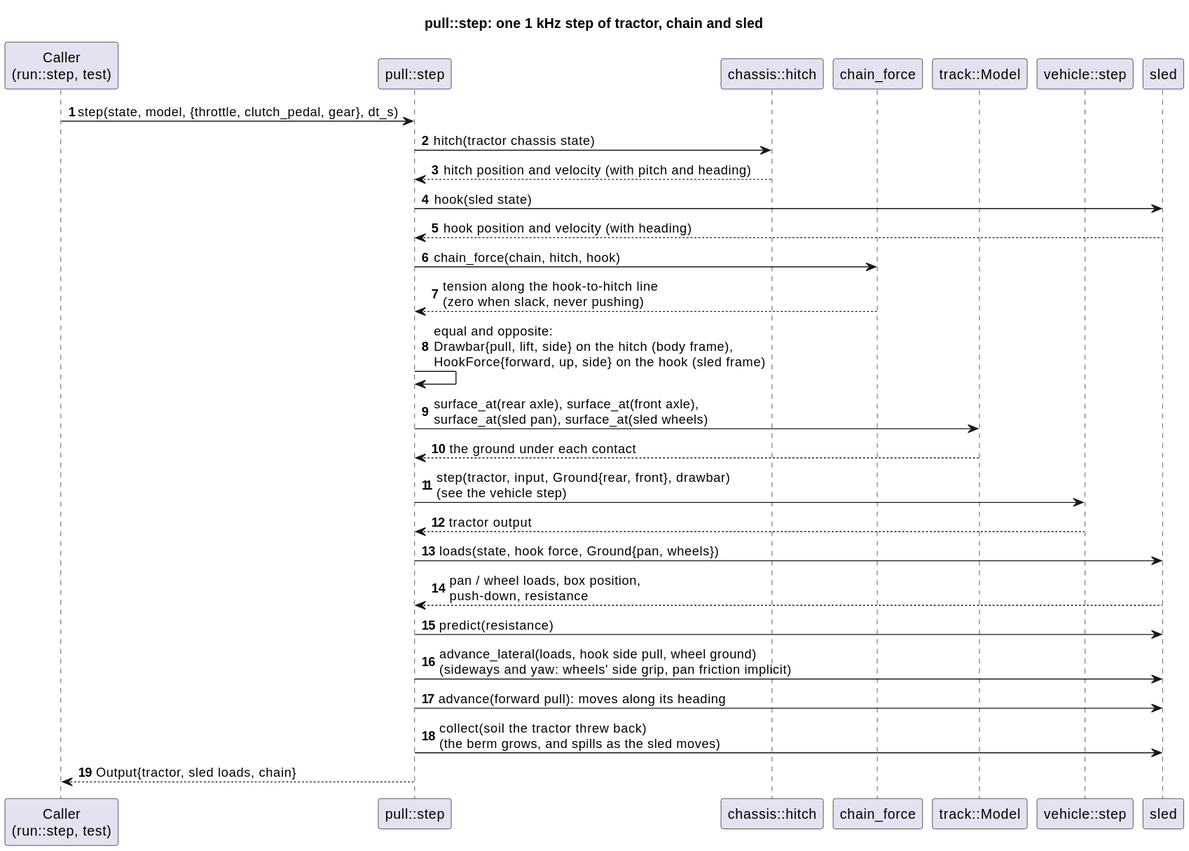
wversteeg/TractorPulling keeps this PlantUML diagram as docs/diagrams/svg/pull_step_sequence.svg. Above is the earlier version.
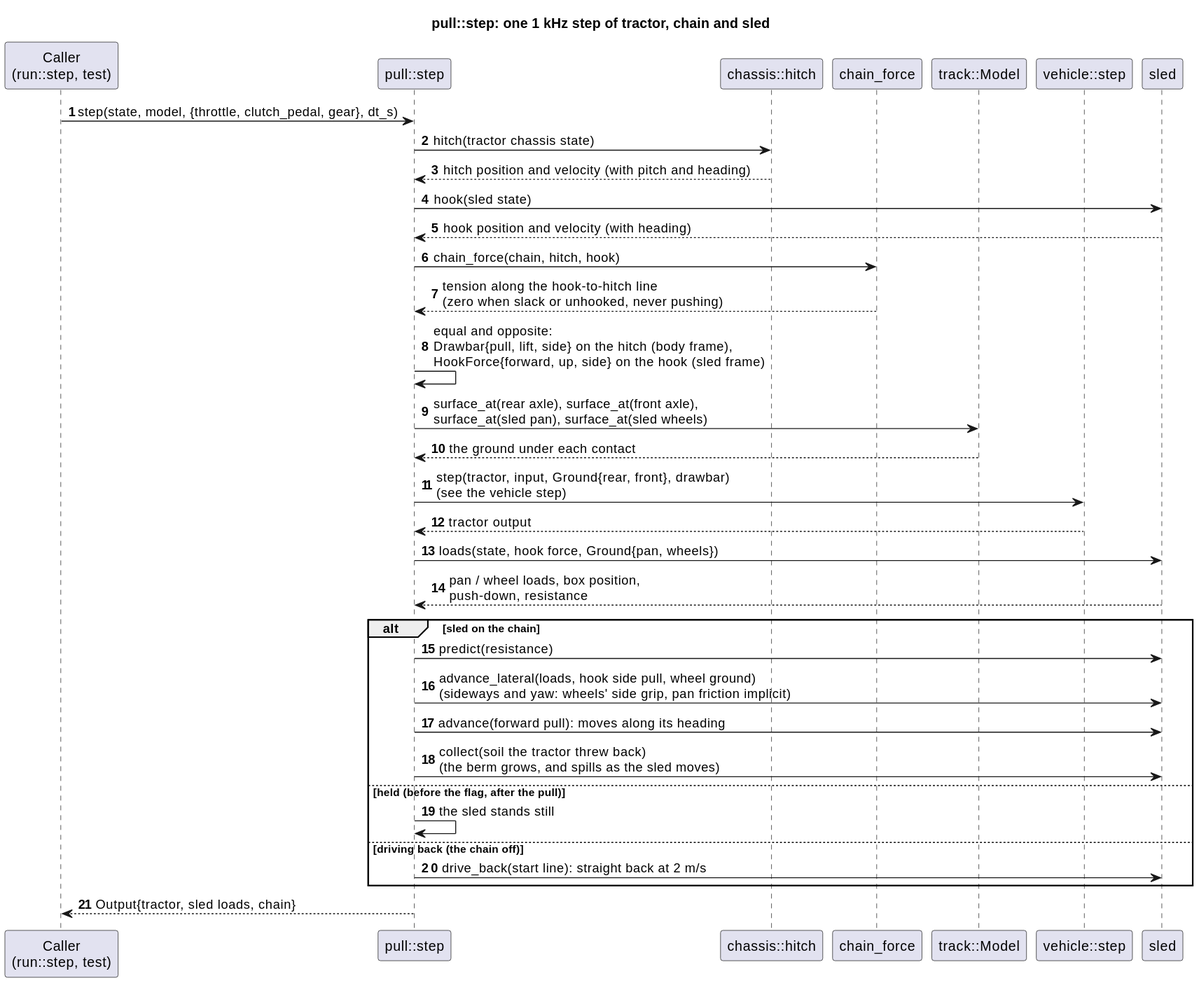
After the change.

Change to the diagram source:
```diff
@@ -15,7 +15,7 @@
 Step -> Sled : hook(sled state)
 Sled --> Step : hook position and velocity (with heading)
 Step -> Chain : chain_force(chain, hitch, hook)
-Chain --> Step : tension along the hook-to-hitch line\n(zero when slack, never pushing)
+Chain --> Step : tension along the hook-to-hitch line\n(zero when slack or unhooked, never pushing)
 Step -> Step : equal and opposite:\nDrawbar{pull, lift, side} on the hitch (body frame),\nHookForce{forward, up, side} on the hook (sled frame)
 Step -> Track : surface_at(rear axle), surface_at(front axle),\nsurface_at(sled pan), surface_at(sled wheels)
 Track --> Step : the ground under each contact
@@ -23,9 +23,15 @@
 Vehicle --> Step : tractor output
 Step -> Sled : loads(state, hook force, Ground{pan, wheels})
 Sled --> Step : pan / wheel loads, box position,\npush-down, resistance
-Step -> Sled : predict(resistance)
-Step -> Sled : advance_lateral(loads, hook side pull, wheel ground)\n(sideways and yaw: wheels' side grip, pan friction implicit)
-Step -> Sled : advance(forward pull): moves along its heading
-Step -> Sled : collect(soil the tractor threw back)\n(the berm grows, and spills as the sled moves)
+alt sled on the chain
+  Step -> Sled : predict(resistance)
+  Step -> Sled : advance_lateral(loads, hook side pull, wheel ground)\n(sideways and yaw: wheels' side grip, pan friction implicit)
+  Step -> Sled : advance(forward pull): moves along its heading
+  Step -> Sled : collect(soil the tractor threw back)\n(the berm grows, and spills as the sled moves)
+else held (before the flag, after the pull)
+  Step -> Step : the sled stands still
+else driving back (the chain off)
+  Step -> Sled : drive_back(start line): straight back at 2 m/s
+end
 Step --> Caller : Output{tractor, sled loads, chain}
 @enduml
```
